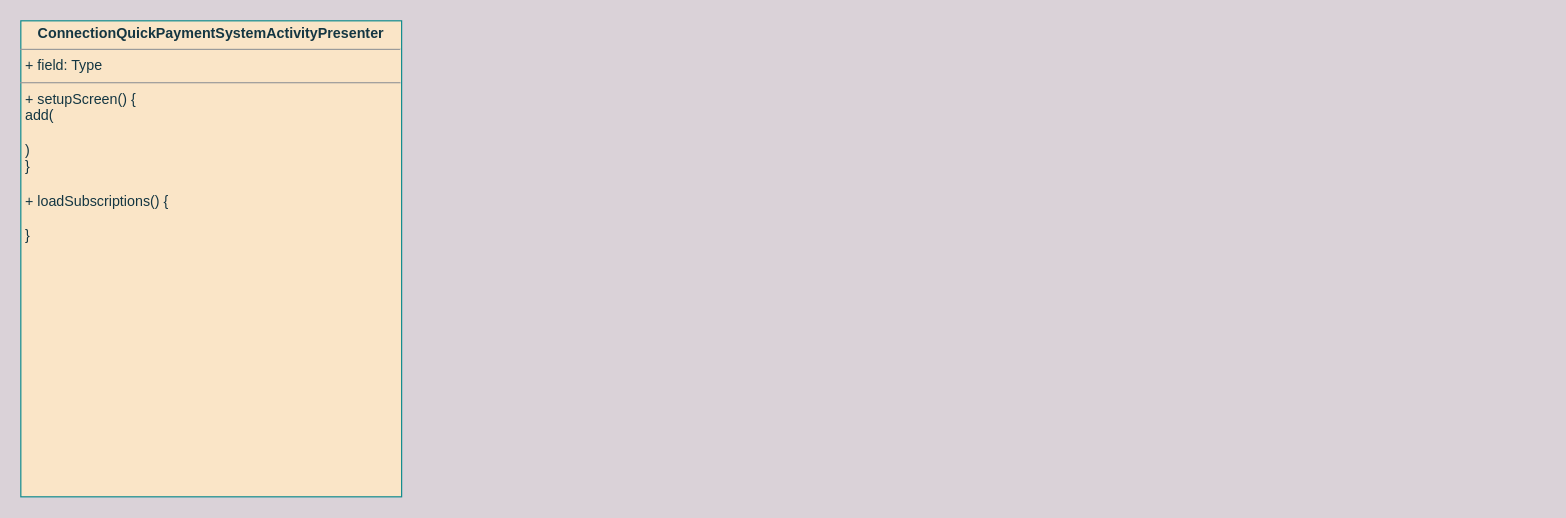
Earlier version of the draw.io diagram UNI-16880.drawio (ShiryaevNikolay/diagrams). Source tidied: cells renumbered, new cells numbered last; positions are measured from the earlier drawing's top-left corner, leaving out a move shared by most shapes. Both pictures are drawn from the tidied source at 119%, with x=0, y=0 at pixel (20, 20).
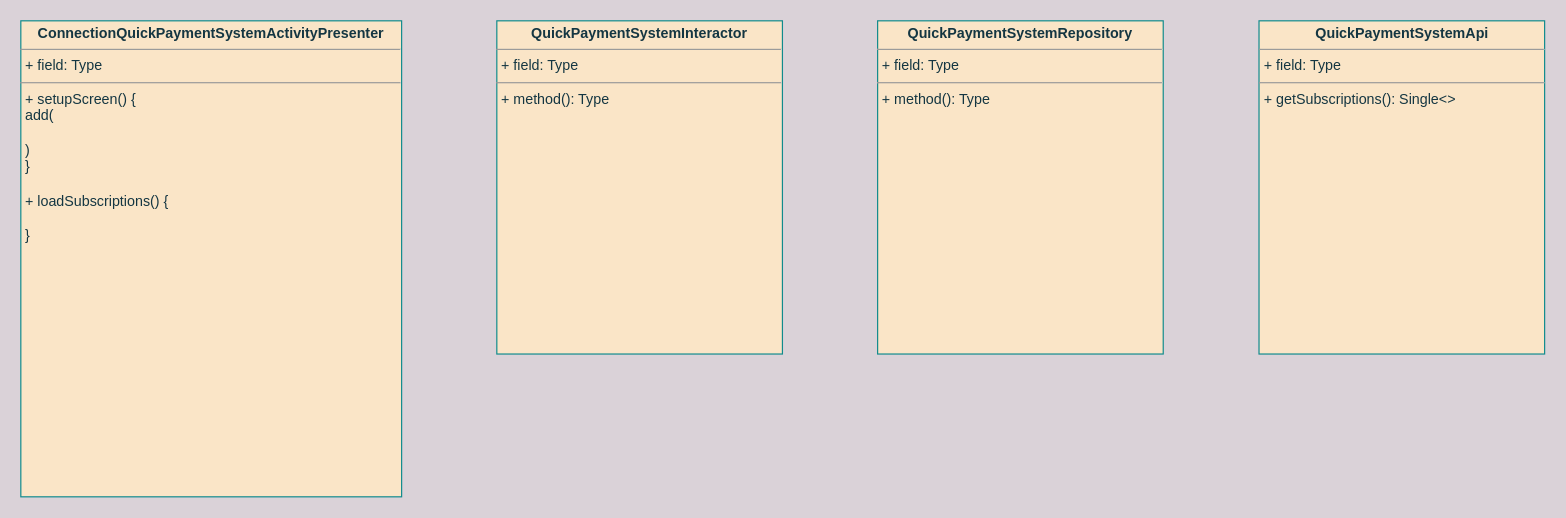
After the change.

The edit, as a diff of the source:
```diff
@@
 <mxGraphModel background="#DAD2D8">
   <root>
     <mxCell id="0" />
     <mxCell id="1" parent="0" />
     <mxCell id="2" value="&lt;p style=&quot;margin:0px;margin-top:4px;text-align:center;&quot;&gt;&lt;b&gt;ConnectionQuickPaymentSystemActivityPresenter&lt;/b&gt;&lt;/p&gt;&lt;hr size=&quot;1&quot;&gt;&lt;p style=&quot;margin:0px;margin-left:4px;&quot;&gt;+ field: Type&lt;/p&gt;&lt;hr size=&quot;1&quot;&gt;&lt;p style=&quot;margin:0px;margin-left:4px;&quot;&gt;+ setupScreen() {&lt;/p&gt;&lt;p style=&quot;margin:0px;margin-left:4px;&quot;&gt;add(&lt;/p&gt;&lt;p style=&quot;margin:0px;margin-left:4px;&quot;&gt;&lt;br&gt;&lt;/p&gt;&lt;p style=&quot;margin:0px;margin-left:4px;&quot;&gt;)&lt;br&gt;&lt;/p&gt;&lt;p style=&quot;margin:0px;margin-left:4px;&quot;&gt;}&lt;/p&gt;&lt;p style=&quot;margin:0px;margin-left:4px;&quot;&gt;&lt;br&gt;&lt;/p&gt;&lt;p style=&quot;margin:0px;margin-left:4px;&quot;&gt;+ loadSubscriptions() {&lt;/p&gt;&lt;p style=&quot;margin:0px;margin-left:4px;&quot;&gt;&lt;br&gt;&lt;/p&gt;&lt;p style=&quot;margin:0px;margin-left:4px;&quot;&gt;}&lt;br&gt;&lt;/p&gt;" style="verticalAlign=top;align=left;overflow=fill;fontSize=12;fontFamily=Helvetica;html=1;rounded=0;sketch=0;fontColor=#143642;strokeColor=#0F8B8D;fillColor=#FAE5C7;" parent="1" vertex="1">
       <mxGeometry width="320" height="400" as="geometry" />
     </mxCell>
+    <mxCell id="3" value="&lt;p style=&quot;margin:0px;margin-top:4px;text-align:center;&quot;&gt;&lt;b&gt;QuickPaymentSystemInteractor&lt;/b&gt;&lt;/p&gt;&lt;hr size=&quot;1&quot;&gt;&lt;p style=&quot;margin:0px;margin-left:4px;&quot;&gt;+ field: Type&lt;/p&gt;&lt;hr size=&quot;1&quot;&gt;&lt;p style=&quot;margin:0px;margin-left:4px;&quot;&gt;+ method(): Type&lt;/p&gt;" style="verticalAlign=top;align=left;overflow=fill;fontSize=12;fontFamily=Helvetica;html=1;rounded=0;sketch=0;fontColor=#143642;strokeColor=#0F8B8D;fillColor=#FAE5C7;" parent="1" vertex="1">
+      <mxGeometry x="400" width="240" height="280" as="geometry" />
+    </mxCell>
+    <mxCell id="4" value="&lt;p style=&quot;margin:0px;margin-top:4px;text-align:center;&quot;&gt;&lt;b&gt;QuickPaymentSystemRepository&lt;/b&gt;&lt;/p&gt;&lt;hr size=&quot;1&quot;&gt;&lt;p style=&quot;margin:0px;margin-left:4px;&quot;&gt;+ field: Type&lt;/p&gt;&lt;hr size=&quot;1&quot;&gt;&lt;p style=&quot;margin:0px;margin-left:4px;&quot;&gt;+ method(): Type&lt;/p&gt;" style="verticalAlign=top;align=left;overflow=fill;fontSize=12;fontFamily=Helvetica;html=1;rounded=0;sketch=0;fontColor=#143642;strokeColor=#0F8B8D;fillColor=#FAE5C7;" parent="1" vertex="1">
+      <mxGeometry x="720" width="240" height="280" as="geometry" />
+    </mxCell>
+    <mxCell id="5" value="&lt;p style=&quot;margin:0px;margin-top:4px;text-align:center;&quot;&gt;&lt;b&gt;QuickPaymentSystemApi&lt;/b&gt;&lt;/p&gt;&lt;hr size=&quot;1&quot;&gt;&lt;p style=&quot;margin:0px;margin-left:4px;&quot;&gt;+ field: Type&lt;/p&gt;&lt;hr size=&quot;1&quot;&gt;&lt;p style=&quot;margin:0px;margin-left:4px;&quot;&gt;+ getSubscriptions(): Single&amp;lt;&amp;gt;&lt;/p&gt;" style="verticalAlign=top;align=left;overflow=fill;fontSize=12;fontFamily=Helvetica;html=1;rounded=0;sketch=0;fontColor=#143642;strokeColor=#0F8B8D;fillColor=#FAE5C7;" parent="1" vertex="1">
+      <mxGeometry x="1040.5" width="240" height="280" as="geometry" />
+    </mxCell>
   </root>
 </mxGraphModel>
```
